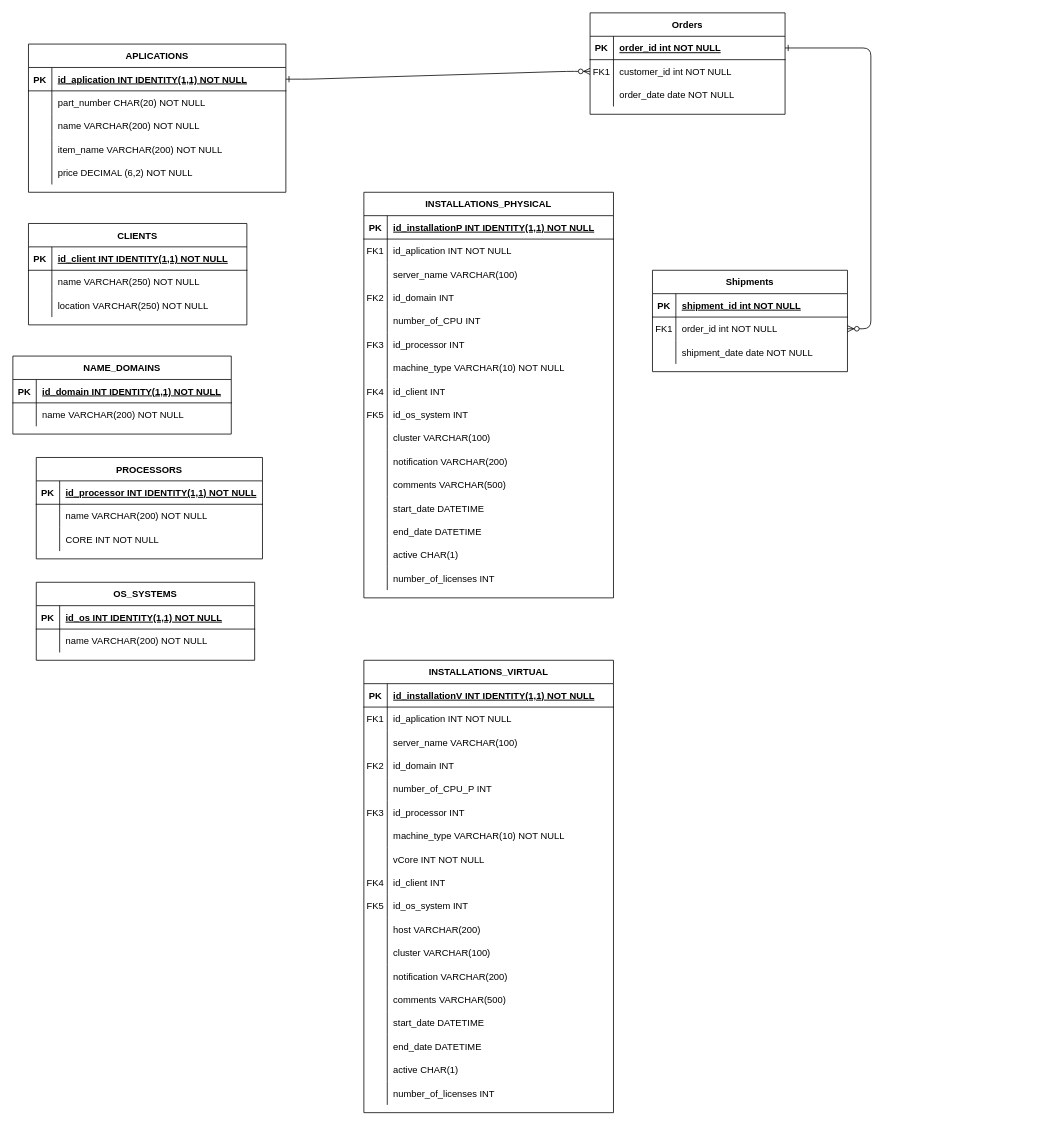
Above: Diagram bez tytułu.drawio in Rascalele/Program_do_rozliczania_faktur (draw.io), before the change. Source tidied: cells renumbered, new cells numbered last; positions are measured from the earlier drawing's top-left corner, leaving out a move shared by most shapes. Both pictures are drawn from the tidied source at 78%, with x=0, y=0 at pixel (12, 12).
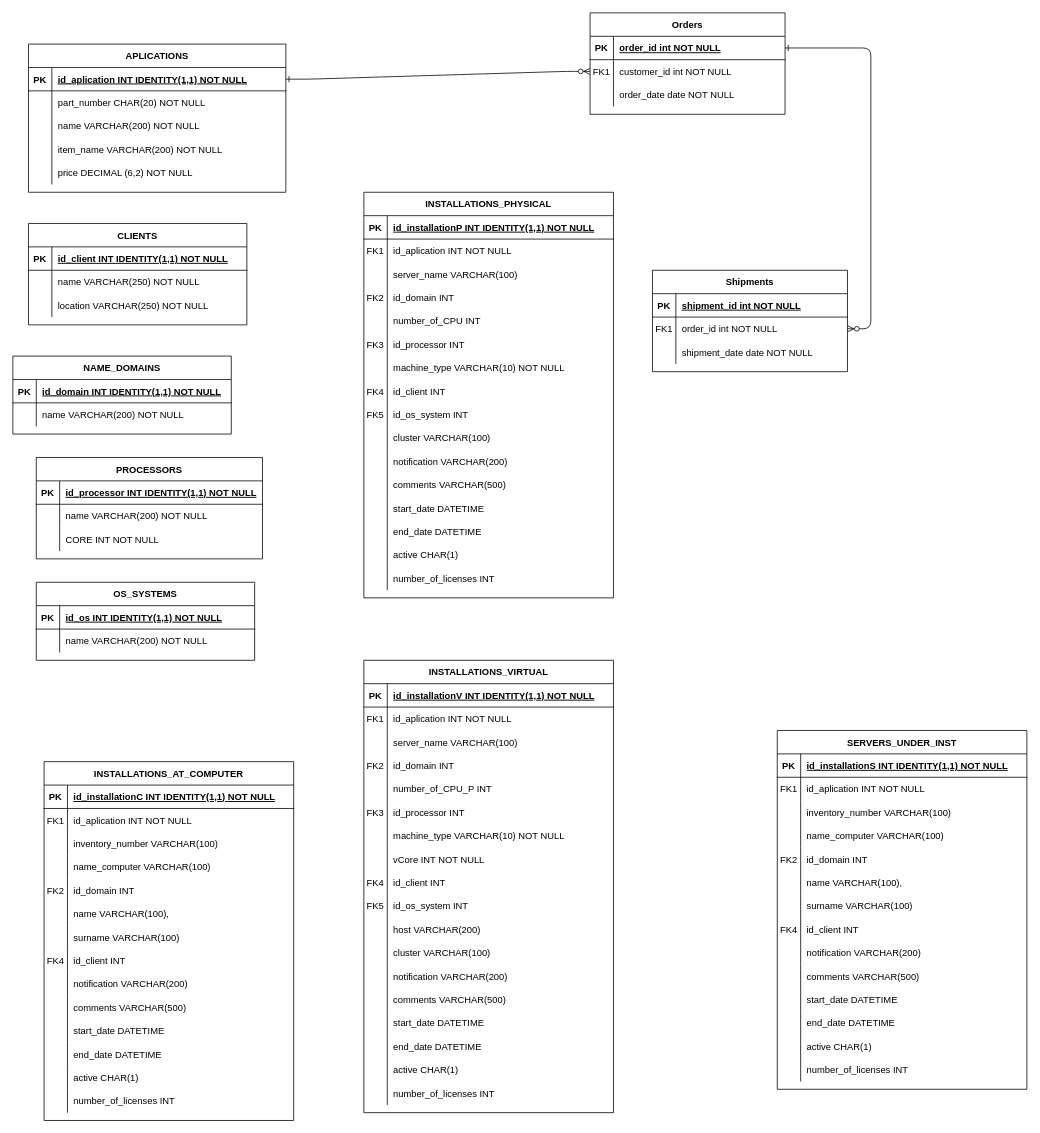
After the change.

The edit, as a diff of the source:
```diff
@@
+    <mxCell id="178" value="INSTALLATIONS_AT_COMPUTER" style="shape=table;startSize=30;childLayout=tableLayout;rowLines=0;fontStyle=1;align=center;" parent="1" vertex="1">
+      <mxGeometry x="40" y="960" width="320" height="460" as="geometry" />
+    </mxCell>
+    <mxCell id="179" style="shape=partialRectangle;fillColor=none;top=0;left=0;right=0;bottom=1;" parent="178" vertex="1">
+      <mxGeometry y="30" width="320" height="30" as="geometry" />
+    </mxCell>
+    <mxCell id="180" value="PK" style="shape=partialRectangle;overflow=hidden;fillColor=none;top=0;left=0;bottom=0;right=0;fontStyle=1;" parent="179" vertex="1">
+      <mxGeometry width="30" height="30" as="geometry" />
+    </mxCell>
+    <mxCell id="181" value="id_installationC INT IDENTITY(1,1) NOT NULL " style="shape=partialRectangle;overflow=hidden;fillColor=none;top=0;left=0;bottom=0;right=0;align=left;spacingLeft=6;fontStyle=5;" parent="179" vertex="1">
+      <mxGeometry x="30" width="290" height="30" as="geometry" />
+    </mxCell>
+    <mxCell id="182" style="shape=partialRectangle;fillColor=none;top=0;left=0;right=0;bottom=0;" parent="178" vertex="1">
+      <mxGeometry y="60" width="320" height="30" as="geometry" />
+    </mxCell>
+    <mxCell id="183" value="FK1" style="shape=partialRectangle;overflow=hidden;fillColor=none;top=0;left=0;bottom=0;right=0;" parent="182" vertex="1">
+      <mxGeometry width="30" height="30" as="geometry" />
+    </mxCell>
+    <mxCell id="184" value="id_aplication INT NOT NULL" style="shape=partialRectangle;overflow=hidden;fillColor=none;top=0;left=0;bottom=0;right=0;align=left;spacingLeft=6;" parent="182" vertex="1">
+      <mxGeometry x="30" width="290" height="30" as="geometry" />
+    </mxCell>
+    <mxCell id="185" style="shape=partialRectangle;fillColor=none;top=0;left=0;right=0;bottom=0;" parent="178" vertex="1">
+      <mxGeometry y="90" width="320" height="30" as="geometry" />
+    </mxCell>
+    <mxCell id="186" style="shape=partialRectangle;overflow=hidden;fillColor=none;top=0;left=0;bottom=0;right=0;" parent="185" vertex="1">
+      <mxGeometry width="30" height="30" as="geometry" />
+    </mxCell>
+    <mxCell id="187" value="inventory_number VARCHAR(100)" style="shape=partialRectangle;overflow=hidden;fillColor=none;top=0;left=0;bottom=0;right=0;align=left;spacingLeft=6;" parent="185" vertex="1">
+      <mxGeometry x="30" width="290" height="30" as="geometry" />
+    </mxCell>
+    <mxCell id="188" style="shape=partialRectangle;fillColor=none;top=0;left=0;right=0;bottom=0;" parent="178" vertex="1">
+      <mxGeometry y="120" width="320" height="30" as="geometry" />
+    </mxCell>
+    <mxCell id="189" style="shape=partialRectangle;overflow=hidden;fillColor=none;top=0;left=0;bottom=0;right=0;" parent="188" vertex="1">
+      <mxGeometry width="30" height="30" as="geometry" />
+    </mxCell>
+    <mxCell id="190" value="name_computer VARCHAR(100)" style="shape=partialRectangle;overflow=hidden;fillColor=none;top=0;left=0;bottom=0;right=0;align=left;spacingLeft=6;" parent="188" vertex="1">
+      <mxGeometry x="30" width="290" height="30" as="geometry" />
+    </mxCell>
+    <mxCell id="191" style="shape=partialRectangle;fillColor=none;top=0;left=0;right=0;bottom=0;" parent="178" vertex="1">
+      <mxGeometry y="150" width="320" height="30" as="geometry" />
+    </mxCell>
+    <mxCell id="192" value="FK2" style="shape=partialRectangle;overflow=hidden;fillColor=none;top=0;left=0;bottom=0;right=0;" parent="191" vertex="1">
+      <mxGeometry width="30" height="30" as="geometry" />
+    </mxCell>
+    <mxCell id="193" value="id_domain INT" style="shape=partialRectangle;overflow=hidden;fillColor=none;top=0;left=0;bottom=0;right=0;align=left;spacingLeft=6;" parent="191" vertex="1">
+      <mxGeometry x="30" width="290" height="30" as="geometry" />
+    </mxCell>
+    <mxCell id="194" style="shape=partialRectangle;fillColor=none;top=0;left=0;right=0;bottom=0;" parent="178" vertex="1">
+      <mxGeometry y="180" width="320" height="30" as="geometry" />
+    </mxCell>
+    <mxCell id="195" style="shape=partialRectangle;overflow=hidden;fillColor=none;top=0;left=0;bottom=0;right=0;" parent="194" vertex="1">
+      <mxGeometry width="30" height="30" as="geometry" />
+    </mxCell>
+    <mxCell id="196" value="name VARCHAR(100)," style="shape=partialRectangle;overflow=hidden;fillColor=none;top=0;left=0;bottom=0;right=0;align=left;spacingLeft=6;" parent="194" vertex="1">
+      <mxGeometry x="30" width="290" height="30" as="geometry" />
+    </mxCell>
+    <mxCell id="197" style="shape=partialRectangle;fillColor=none;top=0;left=0;right=0;bottom=0;" parent="178" vertex="1">
+      <mxGeometry y="210" width="320" height="30" as="geometry" />
+    </mxCell>
+    <mxCell id="198" style="shape=partialRectangle;overflow=hidden;fillColor=none;top=0;left=0;bottom=0;right=0;" parent="197" vertex="1">
+      <mxGeometry width="30" height="30" as="geometry" />
+    </mxCell>
+    <mxCell id="199" value="surname VARCHAR(100)" style="shape=partialRectangle;overflow=hidden;fillColor=none;top=0;left=0;bottom=0;right=0;align=left;spacingLeft=6;" parent="197" vertex="1">
+      <mxGeometry x="30" width="290" height="30" as="geometry" />
+    </mxCell>
+    <mxCell id="200" style="shape=partialRectangle;fillColor=none;top=0;left=0;right=0;bottom=0;" parent="178" vertex="1">
+      <mxGeometry y="240" width="320" height="30" as="geometry" />
+    </mxCell>
+    <mxCell id="201" value="FK4" style="shape=partialRectangle;overflow=hidden;fillColor=none;top=0;left=0;bottom=0;right=0;" parent="200" vertex="1">
+      <mxGeometry width="30" height="30" as="geometry" />
+    </mxCell>
+    <mxCell id="202" value="id_client INT" style="shape=partialRectangle;overflow=hidden;fillColor=none;top=0;left=0;bottom=0;right=0;align=left;spacingLeft=6;" parent="200" vertex="1">
+      <mxGeometry x="30" width="290" height="30" as="geometry" />
+    </mxCell>
+    <mxCell id="203" style="shape=partialRectangle;fillColor=none;top=0;left=0;right=0;bottom=0;" parent="178" vertex="1">
+      <mxGeometry y="270" width="320" height="30" as="geometry" />
+    </mxCell>
+    <mxCell id="204" style="shape=partialRectangle;overflow=hidden;fillColor=none;top=0;left=0;bottom=0;right=0;" parent="203" vertex="1">
+      <mxGeometry width="30" height="30" as="geometry" />
+    </mxCell>
+    <mxCell id="205" value="notification VARCHAR(200)" style="shape=partialRectangle;overflow=hidden;fillColor=none;top=0;left=0;bottom=0;right=0;align=left;spacingLeft=6;" parent="203" vertex="1">
+      <mxGeometry x="30" width="290" height="30" as="geometry" />
+    </mxCell>
+    <mxCell id="206" style="shape=partialRectangle;fillColor=none;top=0;left=0;right=0;bottom=0;" parent="178" vertex="1">
+      <mxGeometry y="300" width="320" height="30" as="geometry" />
+    </mxCell>
+    <mxCell id="207" style="shape=partialRectangle;overflow=hidden;fillColor=none;top=0;left=0;bottom=0;right=0;" parent="206" vertex="1">
+      <mxGeometry width="30" height="30" as="geometry" />
+    </mxCell>
+    <mxCell id="208" value="comments VARCHAR(500)" style="shape=partialRectangle;overflow=hidden;fillColor=none;top=0;left=0;bottom=0;right=0;align=left;spacingLeft=6;" parent="206" vertex="1">
+      <mxGeometry x="30" width="290" height="30" as="geometry" />
+    </mxCell>
+    <mxCell id="209" style="shape=partialRectangle;fillColor=none;top=0;left=0;right=0;bottom=0;" parent="178" vertex="1">
+      <mxGeometry y="330" width="320" height="30" as="geometry" />
+    </mxCell>
+    <mxCell id="210" style="shape=partialRectangle;overflow=hidden;fillColor=none;top=0;left=0;bottom=0;right=0;" parent="209" vertex="1">
+      <mxGeometry width="30" height="30" as="geometry" />
+    </mxCell>
+    <mxCell id="211" value="start_date DATETIME" style="shape=partialRectangle;overflow=hidden;fillColor=none;top=0;left=0;bottom=0;right=0;align=left;spacingLeft=6;" parent="209" vertex="1">
+      <mxGeometry x="30" width="290" height="30" as="geometry" />
+    </mxCell>
+    <mxCell id="212" style="shape=partialRectangle;fillColor=none;top=0;left=0;right=0;bottom=0;" parent="178" vertex="1">
+      <mxGeometry y="360" width="320" height="30" as="geometry" />
+    </mxCell>
+    <mxCell id="213" style="shape=partialRectangle;overflow=hidden;fillColor=none;top=0;left=0;bottom=0;right=0;" parent="212" vertex="1">
+      <mxGeometry width="30" height="30" as="geometry" />
+    </mxCell>
+    <mxCell id="214" value="end_date DATETIME" style="shape=partialRectangle;overflow=hidden;fillColor=none;top=0;left=0;bottom=0;right=0;align=left;spacingLeft=6;" parent="212" vertex="1">
+      <mxGeometry x="30" width="290" height="30" as="geometry" />
+    </mxCell>
+    <mxCell id="215" style="shape=partialRectangle;fillColor=none;top=0;left=0;right=0;bottom=0;" parent="178" vertex="1">
+      <mxGeometry y="390" width="320" height="30" as="geometry" />
+    </mxCell>
+    <mxCell id="216" style="shape=partialRectangle;overflow=hidden;fillColor=none;top=0;left=0;bottom=0;right=0;" parent="215" vertex="1">
+      <mxGeometry width="30" height="30" as="geometry" />
+    </mxCell>
+    <mxCell id="217" value="active CHAR(1)" style="shape=partialRectangle;overflow=hidden;fillColor=none;top=0;left=0;bottom=0;right=0;align=left;spacingLeft=6;" parent="215" vertex="1">
+      <mxGeometry x="30" width="290" height="30" as="geometry" />
+    </mxCell>
+    <mxCell id="218" style="shape=partialRectangle;fillColor=none;top=0;left=0;right=0;bottom=0;" parent="178" vertex="1">
+      <mxGeometry y="420" width="320" height="30" as="geometry" />
+    </mxCell>
+    <mxCell id="219" style="shape=partialRectangle;overflow=hidden;fillColor=none;top=0;left=0;bottom=0;right=0;" parent="218" vertex="1">
+      <mxGeometry width="30" height="30" as="geometry" />
+    </mxCell>
+    <mxCell id="220" value="number_of_licenses INT" style="shape=partialRectangle;overflow=hidden;fillColor=none;top=0;left=0;bottom=0;right=0;align=left;spacingLeft=6;" parent="218" vertex="1">
+      <mxGeometry x="30" width="290" height="30" as="geometry" />
+    </mxCell>
+    <mxCell id="221" value="SERVERS_UNDER_INST" style="shape=table;startSize=30;childLayout=tableLayout;rowLines=0;fontStyle=1;align=center;" parent="1" vertex="1">
+      <mxGeometry x="980" y="920" width="320" height="460" as="geometry" />
+    </mxCell>
+    <mxCell id="222" style="shape=partialRectangle;fillColor=none;top=0;left=0;right=0;bottom=1;" parent="221" vertex="1">
+      <mxGeometry y="30" width="320" height="30" as="geometry" />
+    </mxCell>
+    <mxCell id="223" value="PK" style="shape=partialRectangle;overflow=hidden;fillColor=none;top=0;left=0;bottom=0;right=0;fontStyle=1;" parent="222" vertex="1">
+      <mxGeometry width="30" height="30" as="geometry" />
+    </mxCell>
+    <mxCell id="224" value="id_installationS INT IDENTITY(1,1) NOT NULL " style="shape=partialRectangle;overflow=hidden;fillColor=none;top=0;left=0;bottom=0;right=0;align=left;spacingLeft=6;fontStyle=5;" parent="222" vertex="1">
+      <mxGeometry x="30" width="290" height="30" as="geometry" />
+    </mxCell>
+    <mxCell id="225" style="shape=partialRectangle;fillColor=none;top=0;left=0;right=0;bottom=0;" parent="221" vertex="1">
+      <mxGeometry y="60" width="320" height="30" as="geometry" />
+    </mxCell>
+    <mxCell id="226" value="FK1" style="shape=partialRectangle;overflow=hidden;fillColor=none;top=0;left=0;bottom=0;right=0;" parent="225" vertex="1">
+      <mxGeometry width="30" height="30" as="geometry" />
+    </mxCell>
+    <mxCell id="227" value="id_aplication INT NOT NULL" style="shape=partialRectangle;overflow=hidden;fillColor=none;top=0;left=0;bottom=0;right=0;align=left;spacingLeft=6;" parent="225" vertex="1">
+      <mxGeometry x="30" width="290" height="30" as="geometry" />
+    </mxCell>
+    <mxCell id="228" style="shape=partialRectangle;fillColor=none;top=0;left=0;right=0;bottom=0;" parent="221" vertex="1">
+      <mxGeometry y="90" width="320" height="30" as="geometry" />
+    </mxCell>
+    <mxCell id="229" style="shape=partialRectangle;overflow=hidden;fillColor=none;top=0;left=0;bottom=0;right=0;" parent="228" vertex="1">
+      <mxGeometry width="30" height="30" as="geometry" />
+    </mxCell>
+    <mxCell id="230" value="inventory_number VARCHAR(100)" style="shape=partialRectangle;overflow=hidden;fillColor=none;top=0;left=0;bottom=0;right=0;align=left;spacingLeft=6;" parent="228" vertex="1">
+      <mxGeometry x="30" width="290" height="30" as="geometry" />
+    </mxCell>
+    <mxCell id="231" style="shape=partialRectangle;fillColor=none;top=0;left=0;right=0;bottom=0;" parent="221" vertex="1">
+      <mxGeometry y="120" width="320" height="30" as="geometry" />
+    </mxCell>
+    <mxCell id="232" style="shape=partialRectangle;overflow=hidden;fillColor=none;top=0;left=0;bottom=0;right=0;" parent="231" vertex="1">
+      <mxGeometry width="30" height="30" as="geometry" />
+    </mxCell>
+    <mxCell id="233" value="name_computer VARCHAR(100)" style="shape=partialRectangle;overflow=hidden;fillColor=none;top=0;left=0;bottom=0;right=0;align=left;spacingLeft=6;" parent="231" vertex="1">
+      <mxGeometry x="30" width="290" height="30" as="geometry" />
+    </mxCell>
+    <mxCell id="234" style="shape=partialRectangle;fillColor=none;top=0;left=0;right=0;bottom=0;" parent="221" vertex="1">
+      <mxGeometry y="150" width="320" height="30" as="geometry" />
+    </mxCell>
+    <mxCell id="235" value="FK2" style="shape=partialRectangle;overflow=hidden;fillColor=none;top=0;left=0;bottom=0;right=0;" parent="234" vertex="1">
+      <mxGeometry width="30" height="30" as="geometry" />
+    </mxCell>
+    <mxCell id="236" value="id_domain INT" style="shape=partialRectangle;overflow=hidden;fillColor=none;top=0;left=0;bottom=0;right=0;align=left;spacingLeft=6;" parent="234" vertex="1">
+      <mxGeometry x="30" width="290" height="30" as="geometry" />
+    </mxCell>
+    <mxCell id="237" style="shape=partialRectangle;fillColor=none;top=0;left=0;right=0;bottom=0;" parent="221" vertex="1">
+      <mxGeometry y="180" width="320" height="30" as="geometry" />
+    </mxCell>
+    <mxCell id="238" style="shape=partialRectangle;overflow=hidden;fillColor=none;top=0;left=0;bottom=0;right=0;" parent="237" vertex="1">
+      <mxGeometry width="30" height="30" as="geometry" />
+    </mxCell>
+    <mxCell id="239" value="name VARCHAR(100)," style="shape=partialRectangle;overflow=hidden;fillColor=none;top=0;left=0;bottom=0;right=0;align=left;spacingLeft=6;" parent="237" vertex="1">
+      <mxGeometry x="30" width="290" height="30" as="geometry" />
+    </mxCell>
+    <mxCell id="240" style="shape=partialRectangle;fillColor=none;top=0;left=0;right=0;bottom=0;" parent="221" vertex="1">
+      <mxGeometry y="210" width="320" height="30" as="geometry" />
+    </mxCell>
+    <mxCell id="241" style="shape=partialRectangle;overflow=hidden;fillColor=none;top=0;left=0;bottom=0;right=0;" parent="240" vertex="1">
+      <mxGeometry width="30" height="30" as="geometry" />
+    </mxCell>
+    <mxCell id="242" value="surname VARCHAR(100)" style="shape=partialRectangle;overflow=hidden;fillColor=none;top=0;left=0;bottom=0;right=0;align=left;spacingLeft=6;" parent="240" vertex="1">
+      <mxGeometry x="30" width="290" height="30" as="geometry" />
+    </mxCell>
+    <mxCell id="243" style="shape=partialRectangle;fillColor=none;top=0;left=0;right=0;bottom=0;" parent="221" vertex="1">
+      <mxGeometry y="240" width="320" height="30" as="geometry" />
+    </mxCell>
+    <mxCell id="244" value="FK4" style="shape=partialRectangle;overflow=hidden;fillColor=none;top=0;left=0;bottom=0;right=0;" parent="243" vertex="1">
+      <mxGeometry width="30" height="30" as="geometry" />
+    </mxCell>
+    <mxCell id="245" value="id_client INT" style="shape=partialRectangle;overflow=hidden;fillColor=none;top=0;left=0;bottom=0;right=0;align=left;spacingLeft=6;" parent="243" vertex="1">
+      <mxGeometry x="30" width="290" height="30" as="geometry" />
+    </mxCell>
+    <mxCell id="246" style="shape=partialRectangle;fillColor=none;top=0;left=0;right=0;bottom=0;" parent="221" vertex="1">
+      <mxGeometry y="270" width="320" height="30" as="geometry" />
+    </mxCell>
+    <mxCell id="247" style="shape=partialRectangle;overflow=hidden;fillColor=none;top=0;left=0;bottom=0;right=0;" parent="246" vertex="1">
+      <mxGeometry width="30" height="30" as="geometry" />
+    </mxCell>
+    <mxCell id="248" value="notification VARCHAR(200)" style="shape=partialRectangle;overflow=hidden;fillColor=none;top=0;left=0;bottom=0;right=0;align=left;spacingLeft=6;" parent="246" vertex="1">
+      <mxGeometry x="30" width="290" height="30" as="geometry" />
+    </mxCell>
+    <mxCell id="249" style="shape=partialRectangle;fillColor=none;top=0;left=0;right=0;bottom=0;" parent="221" vertex="1">
+      <mxGeometry y="300" width="320" height="30" as="geometry" />
+    </mxCell>
+    <mxCell id="250" style="shape=partialRectangle;overflow=hidden;fillColor=none;top=0;left=0;bottom=0;right=0;" parent="249" vertex="1">
+      <mxGeometry width="30" height="30" as="geometry" />
+    </mxCell>
+    <mxCell id="251" value="comments VARCHAR(500)" style="shape=partialRectangle;overflow=hidden;fillColor=none;top=0;left=0;bottom=0;right=0;align=left;spacingLeft=6;" parent="249" vertex="1">
+      <mxGeometry x="30" width="290" height="30" as="geometry" />
+    </mxCell>
+    <mxCell id="252" style="shape=partialRectangle;fillColor=none;top=0;left=0;right=0;bottom=0;" parent="221" vertex="1">
+      <mxGeometry y="330" width="320" height="30" as="geometry" />
+    </mxCell>
+    <mxCell id="253" style="shape=partialRectangle;overflow=hidden;fillColor=none;top=0;left=0;bottom=0;right=0;" parent="252" vertex="1">
+      <mxGeometry width="30" height="30" as="geometry" />
+    </mxCell>
+    <mxCell id="254" value="start_date DATETIME" style="shape=partialRectangle;overflow=hidden;fillColor=none;top=0;left=0;bottom=0;right=0;align=left;spacingLeft=6;" parent="252" vertex="1">
+      <mxGeometry x="30" width="290" height="30" as="geometry" />
+    </mxCell>
+    <mxCell id="255" style="shape=partialRectangle;fillColor=none;top=0;left=0;right=0;bottom=0;" parent="221" vertex="1">
+      <mxGeometry y="360" width="320" height="30" as="geometry" />
+    </mxCell>
+    <mxCell id="256" style="shape=partialRectangle;overflow=hidden;fillColor=none;top=0;left=0;bottom=0;right=0;" parent="255" vertex="1">
+      <mxGeometry width="30" height="30" as="geometry" />
+    </mxCell>
+    <mxCell id="257" value="end_date DATETIME" style="shape=partialRectangle;overflow=hidden;fillColor=none;top=0;left=0;bottom=0;right=0;align=left;spacingLeft=6;" parent="255" vertex="1">
+      <mxGeometry x="30" width="290" height="30" as="geometry" />
+    </mxCell>
+    <mxCell id="258" style="shape=partialRectangle;fillColor=none;top=0;left=0;right=0;bottom=0;" parent="221" vertex="1">
+      <mxGeometry y="390" width="320" height="30" as="geometry" />
+    </mxCell>
+    <mxCell id="259" style="shape=partialRectangle;overflow=hidden;fillColor=none;top=0;left=0;bottom=0;right=0;" parent="258" vertex="1">
+      <mxGeometry width="30" height="30" as="geometry" />
+    </mxCell>
+    <mxCell id="260" value="active CHAR(1)" style="shape=partialRectangle;overflow=hidden;fillColor=none;top=0;left=0;bottom=0;right=0;align=left;spacingLeft=6;" parent="258" vertex="1">
+      <mxGeometry x="30" width="290" height="30" as="geometry" />
+    </mxCell>
+    <mxCell id="261" style="shape=partialRectangle;fillColor=none;top=0;left=0;right=0;bottom=0;" parent="221" vertex="1">
+      <mxGeometry y="420" width="320" height="30" as="geometry" />
+    </mxCell>
+    <mxCell id="262" style="shape=partialRectangle;overflow=hidden;fillColor=none;top=0;left=0;bottom=0;right=0;" parent="261" vertex="1">
+      <mxGeometry width="30" height="30" as="geometry" />
+    </mxCell>
+    <mxCell id="263" value="number_of_licenses INT" style="shape=partialRectangle;overflow=hidden;fillColor=none;top=0;left=0;bottom=0;right=0;align=left;spacingLeft=6;" parent="261" vertex="1">
+      <mxGeometry x="30" width="290" height="30" as="geometry" />
+    </mxCell>
```
